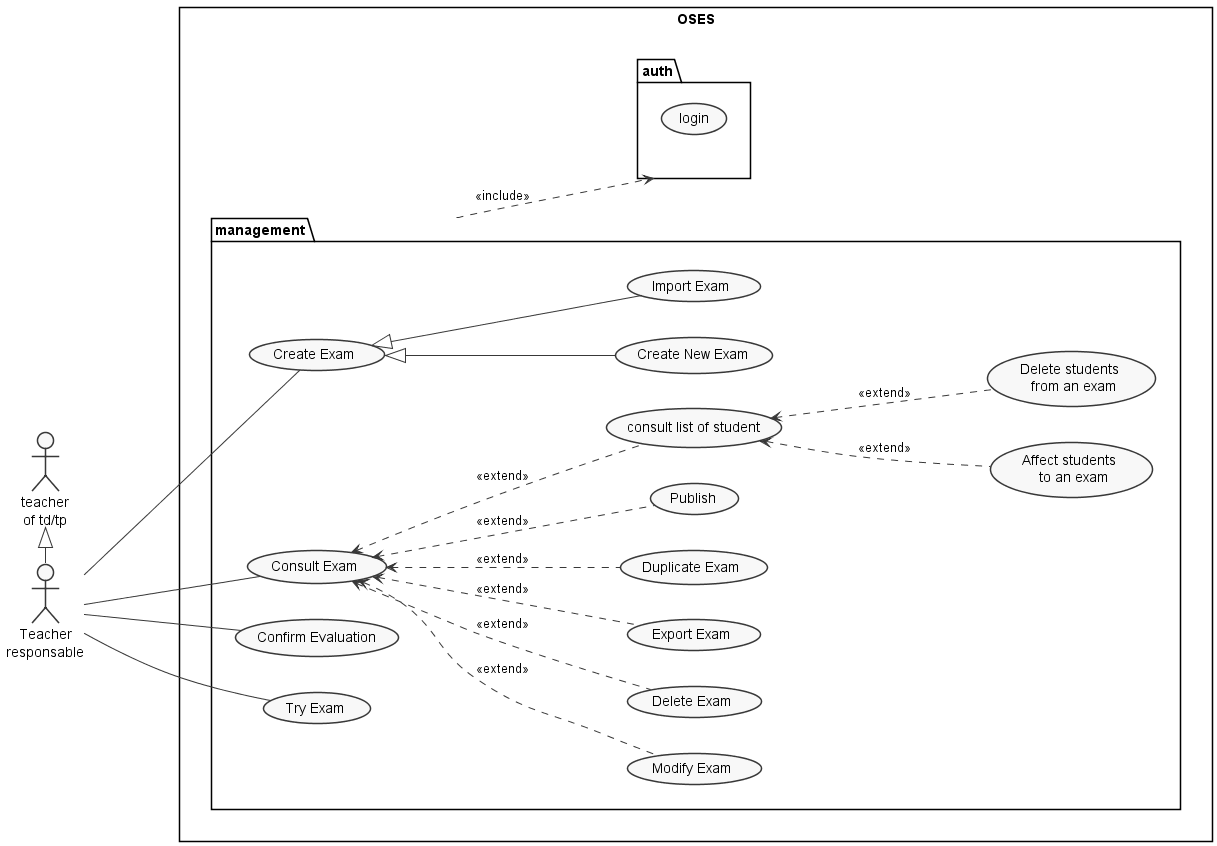
Earlier version of the PlantUML export Essays/Essay_1/images/Module_Teacher.png (OnlineSecureExamSystem/oses-essays-memos). Its diagram source:
```plantuml
@startuml Module_Teacher

skinparam monochrome true
skinparam style strictuml
skinparam Ranksep 150
skinparam defaultTextAlignment center
left to right direction



    :teacher\nof td/tp: as Teachertdtp
    :Teacher\nresponsable: as Teacher

     Teacher -l-|> Teachertdtp

rectangle OSES {

    package management{

    (Create Exam) <|-- (Create New Exam)
    (Create Exam) <|-- (Import Exam)
    Teacher -- (Consult Exam)
    Teacher -- (Create Exam)
    (Consult Exam) <.. (Modify Exam):<<extend>>
    (Consult Exam) <.. (Delete Exam):<<extend>>
    (Consult Exam) <.. (Export Exam):<<extend>>
    (Consult Exam) <.. (Duplicate Exam):<<extend>>
    (Consult Exam) <.. (Publish):<<extend>>
    (Consult Exam) <.. (consult list of student):<<extend>>
    Teacher -- (Confirm Evaluation)
    Teacher -- (Try Exam)

    (consult list of student) <.. (Affect students \n to an exam):<<extend>>
    (consult list of student) <.. (Delete students \n from an exam):<<extend>>

    }

    package auth{
    usecase "login" as login
    }

    management ..> auth: <<include>>

}



@enduml
```
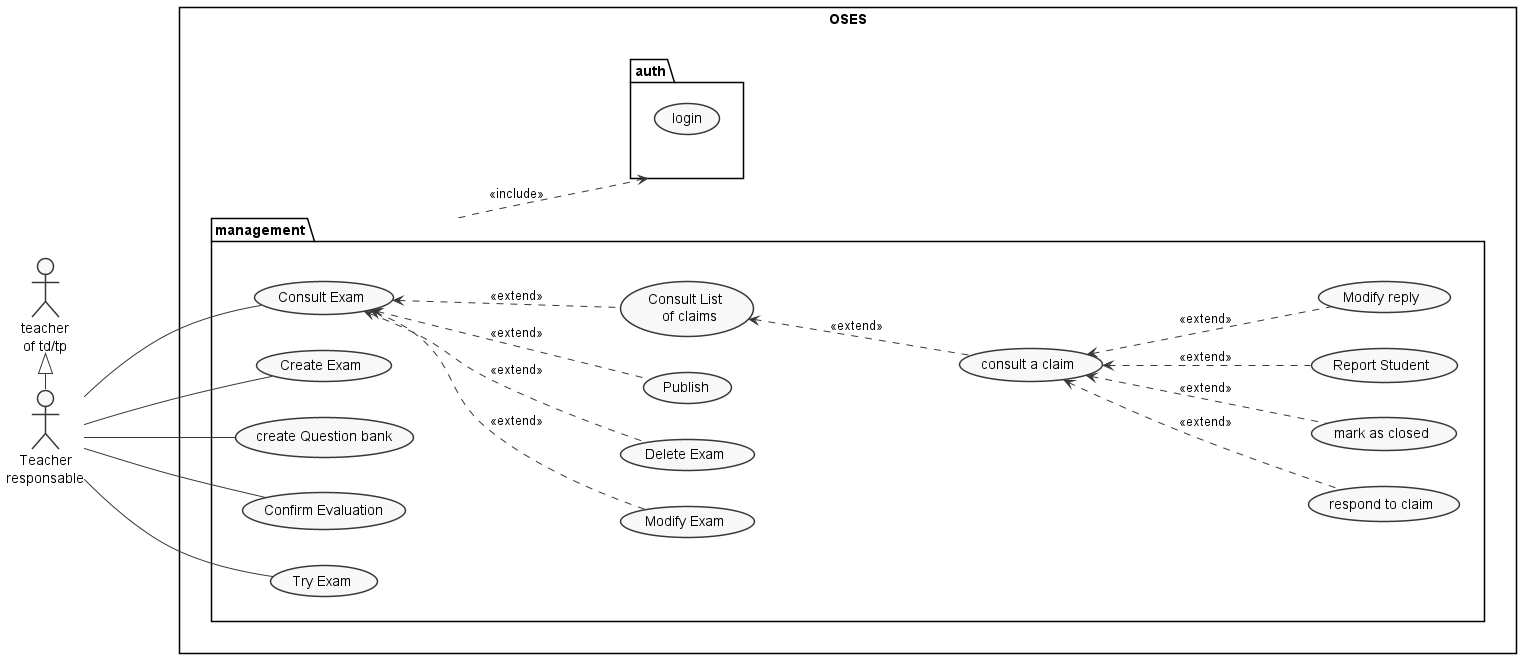
Later version of the same file.

Diff of the diagram source:
```diff
@@ -17,21 +17,22 @@
 
     package management{
 
-    (Create Exam) <|-- (Create New Exam)
-    (Create Exam) <|-- (Import Exam)
     Teacher -- (Consult Exam)
     Teacher -- (Create Exam)
+    Teacher -- (create Question bank)
     (Consult Exam) <.. (Modify Exam):<<extend>>
     (Consult Exam) <.. (Delete Exam):<<extend>>
-    (Consult Exam) <.. (Export Exam):<<extend>>
-    (Consult Exam) <.. (Duplicate Exam):<<extend>>
     (Consult Exam) <.. (Publish):<<extend>>
-    (Consult Exam) <.. (consult list of student):<<extend>>
+
     Teacher -- (Confirm Evaluation)
     Teacher -- (Try Exam)
+    (Consult Exam)  <.. (Consult List \n of claims):<<extend>>
+    (Consult List \n of claims) <.. (consult a claim):<<extend>>
+    (consult a claim) <.. (respond to claim):<<extend>>
+    (consult a claim) <.. (mark as closed):<<extend>>
+    (consult a claim) <.. (Report Student):<<extend>>
+    (consult a claim) <.. (Modify reply):<<extend>>
 
-    (consult list of student) <.. (Affect students \n to an exam):<<extend>>
-    (consult list of student) <.. (Delete students \n from an exam):<<extend>>
 
     }
 
@@ -40,9 +41,6 @@
     }
 
     management ..> auth: <<include>>
-
 }
 
-
-
 @enduml
```
